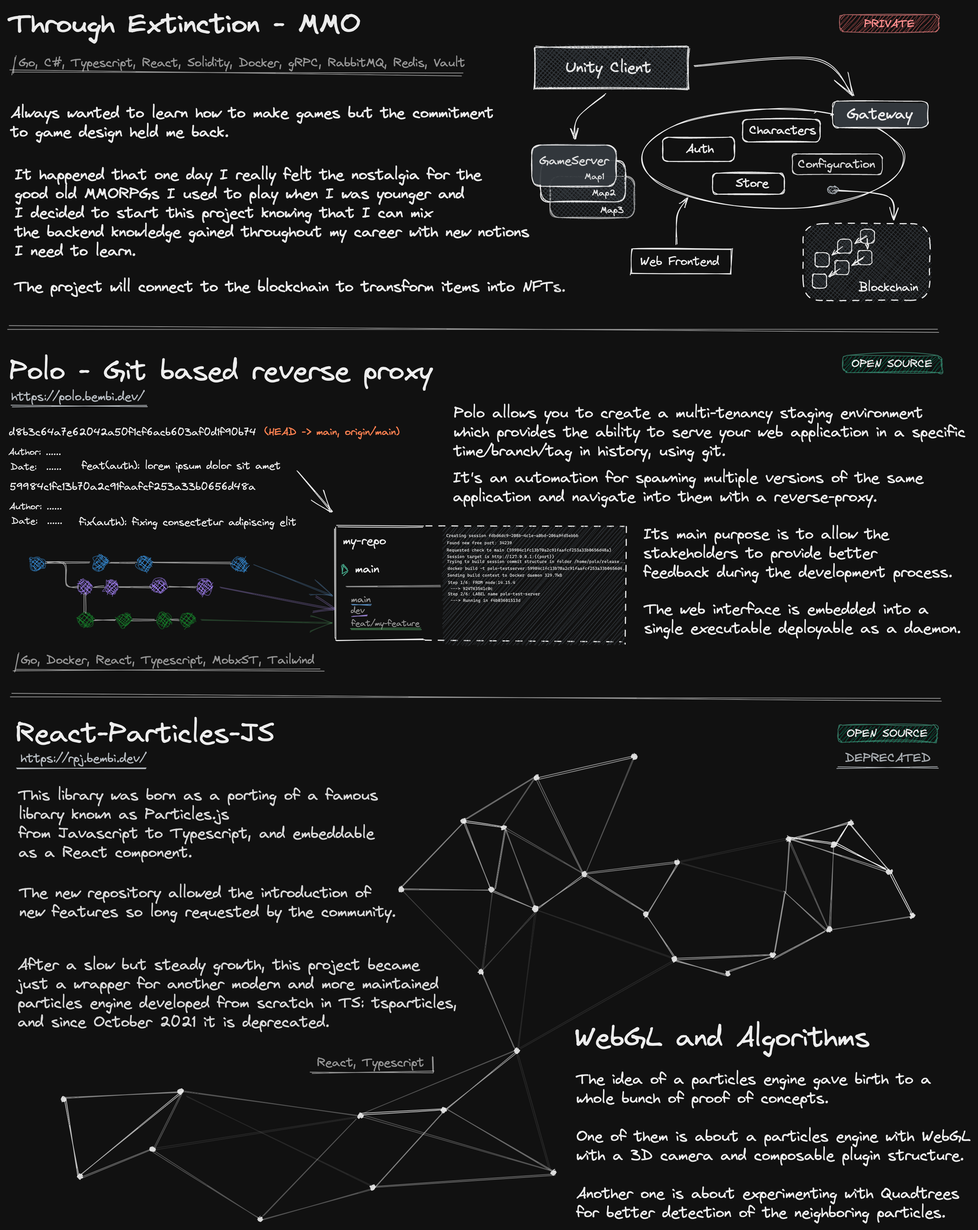
Earlier version of the Excalidraw export projects-dark.png (Wufe/wufe). Source tidied: one line per element, renumbered; positions are measured from the earlier drawing's top-left corner, leaving out a move shared by most shapes.
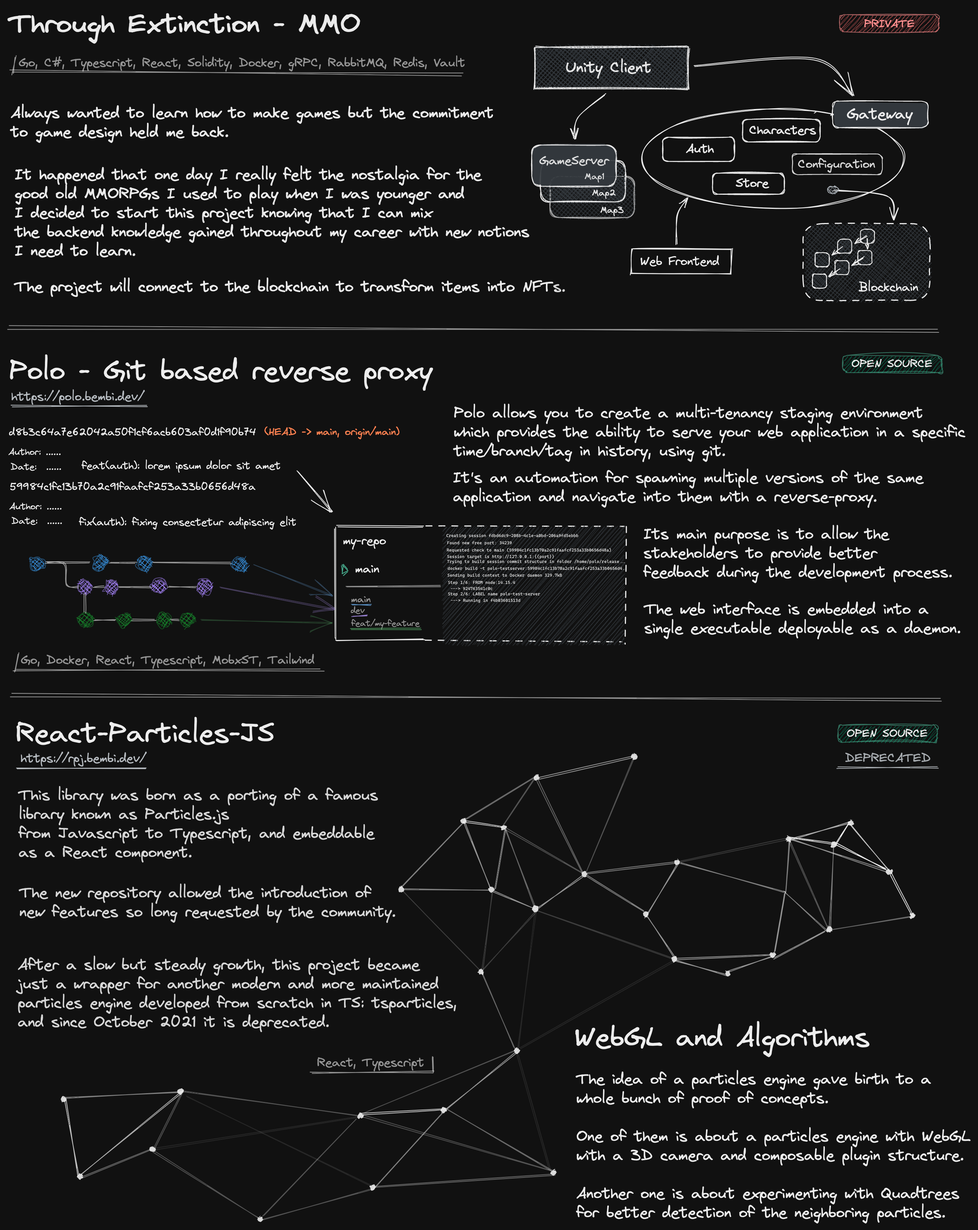
The same diagram one commit later.

Commit message:
updated opacity of a connecting line

The edit, as a diff of the source:
```diff
@@ -156,8 +156,8 @@
 {"id": 155, "type": "line", "strokeColor": "#000000", "backgroundColor": "#ced4da80", "fillStyle": "solid", "strokeWidth": 1, "roughness": 1, "opacity": 60, "x": 1158, "y": 1133, "width": 132, "height": 43, "points": [[0, 0], [-132, -43]]}
 {"id": 156, "type": "line", "strokeColor": "#000000", "backgroundColor": "#ced4da80", "fillStyle": "solid", "strokeWidth": 1, "roughness": 1, "opacity": 90, "x": 1028, "y": 1090, "width": 57, "height": 7, "points": [[0, 0], [57, 7]]}
 {"id": 157, "type": "line", "strokeColor": "#000000", "backgroundColor": "#ced4da80", "fillStyle": "solid", "strokeWidth": 1, "roughness": 1, "x": 1088, "y": 1097, "width": 66, "height": 34, "points": [[0, 0], [66, 34]]}
-{"id": 158, "type": "line", "strokeColor": "#000000", "backgroundColor": "#ced4da80", "fillStyle": "solid", "strokeWidth": 1, "roughness": 1, "opacity": 10, "x": 1019, "y": 1160, "width": 136, "height": 37, "points": [[0, 0], [-136, -37]]}
+{"id": 158, "type": "line", "strokeColor": "#000000", "backgroundColor": "#ced4da80", "fillStyle": "solid", "strokeWidth": 1, "roughness": 1, "opacity": 50, "x": 1019, "y": 1160, "width": 136, "height": 37, "points": [[0, 0], [-136, -37]]}
-{"id": 159, "type": "line", "strokeColor": "#000000", "backgroundColor": "#ced4da80", "fillStyle": "solid", "strokeWidth": 1, "roughness": 1, "opacity": 10, "x": 882, "y": 1121, "width": 141, "height": 30, "points": [[0, 0], [141, -30]]}
+{"id": 159, "type": "line", "strokeColor": "#000000", "backgroundColor": "#ced4da80", "fillStyle": "solid", "strokeWidth": 1, "roughness": 1, "opacity": 20, "x": 882, "y": 1121, "width": 141, "height": 30, "points": [[0, 0], [141, -30]]}
 {"id": 160, "type": "line", "strokeColor": "#000000", "backgroundColor": "#ced4da80", "fillStyle": "solid", "strokeWidth": 1, "roughness": 1, "opacity": 60, "x": 882, "y": 1121, "width": 45, "height": 73, "points": [[0, 0], [-45, 73]]}
 {"id": 161, "type": "line", "strokeColor": "#000000", "backgroundColor": "#ced4da80", "fillStyle": "solid", "strokeWidth": 1, "roughness": 1, "opacity": 60, "x": 839, "y": 1192, "width": 37, "height": 56, "points": [[0, 0], [37, 56]]}
 {"id": 162, "type": "line", "strokeColor": "#000000", "backgroundColor": "#ced4da80", "fillStyle": "solid", "strokeWidth": 1, "roughness": 1, "opacity": 60, "x": 874, "y": 1249, "width": 71, "height": 20, "points": [[0, 0], [71, 20]]}
@@ -182,7 +182,7 @@
 {"id": 181, "type": "line", "strokeColor": "#000000", "backgroundColor": "#ced4da80", "fillStyle": "solid", "strokeWidth": 1, "roughness": 1, "opacity": 30, "x": 823, "y": 981, "width": 64, "height": 152, "points": [[0, 0], [-64, 152]]}
 {"id": 182, "type": "line", "strokeColor": "#000000", "backgroundColor": "#ced4da80", "fillStyle": "solid", "strokeWidth": 1, "roughness": 1, "opacity": 50, "x": 759, "y": 1137, "width": 119, "height": 15, "points": [[0, 0], [119, -15]]}
 {"id": 183, "type": "line", "strokeColor": "#000000", "backgroundColor": "#ced4da80", "fillStyle": "solid", "strokeWidth": 1, "roughness": 1, "opacity": 50, "x": 760, "y": 1138, "width": 77, "height": 47, "points": [[0, 0], [77, 47]]}
-{"id": 184, "type": "line", "strokeColor": "#000000", "backgroundColor": "#ced4da80", "fillStyle": "solid", "strokeWidth": 1, "roughness": 1, "opacity": 10, "x": 692, "y": 1182, "width": 180, "height": 64, "points": [[0, 0], [180, 64]]}
+{"id": 184, "type": "line", "strokeColor": "#000000", "backgroundColor": "#ced4da80", "fillStyle": "solid", "strokeWidth": 1, "roughness": 1, "opacity": 20, "x": 692, "y": 1183, "width": 180, "height": 64, "points": [[0, 0], [180, 64]]}
 {"id": 185, "type": "ellipse", "strokeColor": "transparent ", "backgroundColor": "#000000", "fillStyle": "solid", "strokeWidth": 1, "roughness": 1, "opacity": 90, "x": 513, "y": 1153, "width": 7, "height": 7}
 {"id": 186, "type": "ellipse", "strokeColor": "transparent ", "backgroundColor": "#000000", "fillStyle": "solid", "strokeWidth": 1, "roughness": 1, "opacity": 90, "x": 595, "y": 1063, "width": 7, "height": 7}
 {"id": 187, "type": "ellipse", "strokeColor": "transparent ", "backgroundColor": "#000000", "fillStyle": "solid", "strokeWidth": 1, "roughness": 1, "opacity": 90, "x": 648, "y": 1072, "width": 7, "height": 7}
```
